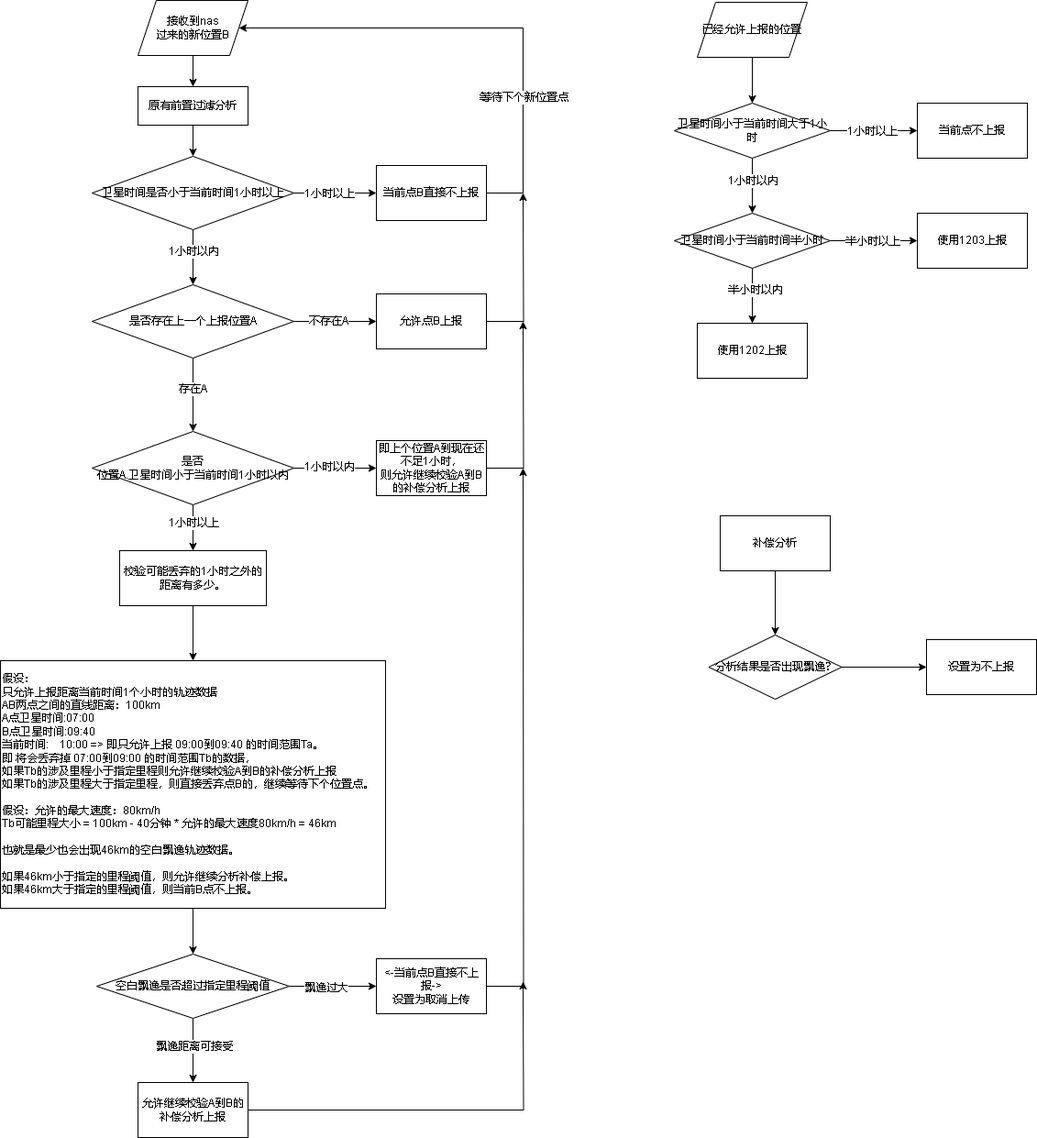
xktder/draw keeps this draw.io diagram as 809轨迹时间异常.drawio.png. Above is the earlier version. Source tidied: cells renumbered, new cells last; positions are measured from the earlier drawing's top-left corner, leaving out a move shared by most shapes.
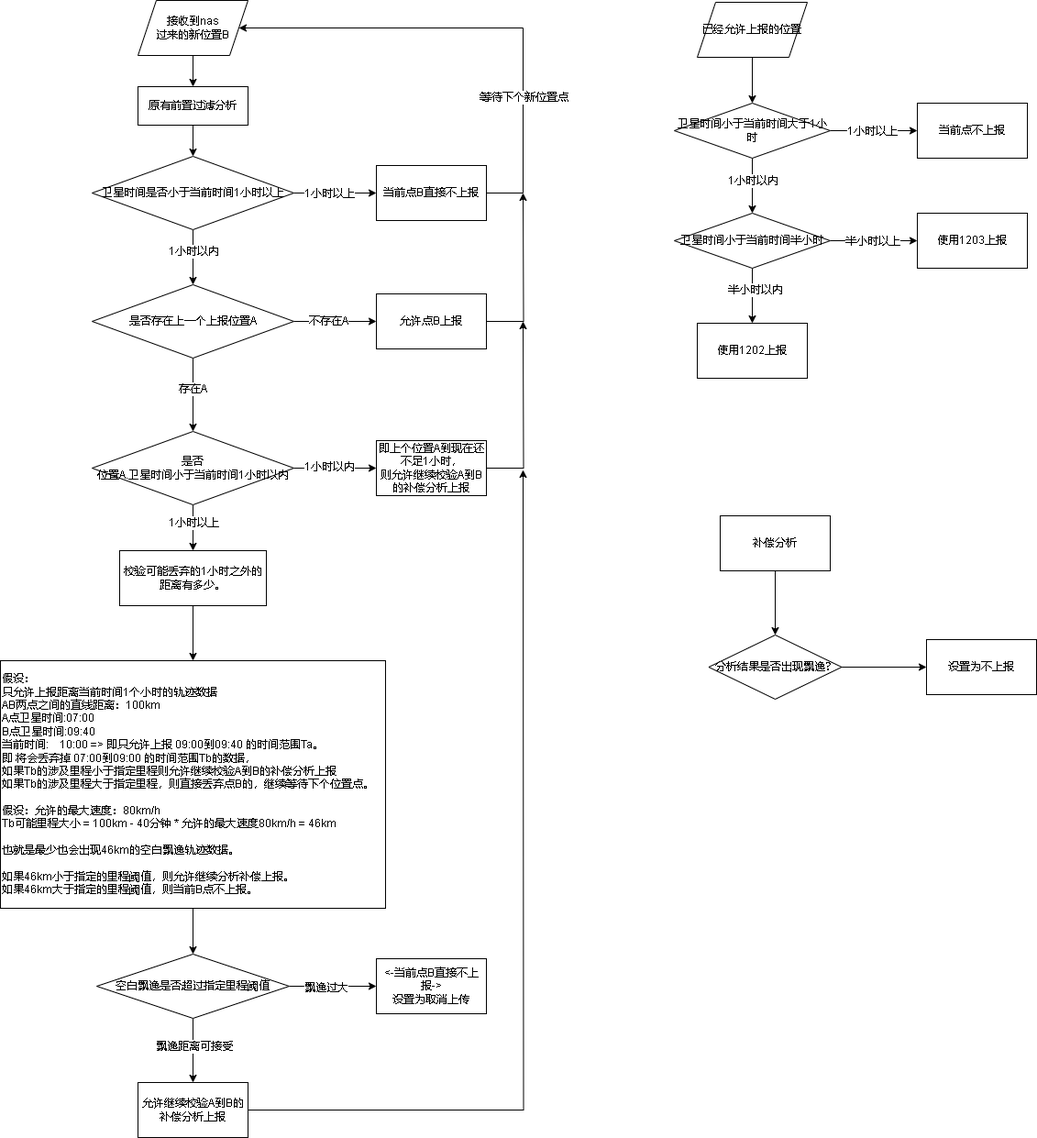
After the commit.

Commit message:
更新809轨迹时间异常.drawio.png

The edit, as a diff of the source:
```diff
@@ -110,17 +110,12 @@
     <mxCell id="34" value="空白飘逸是否超过指定里程阈值" style="rhombus;whiteSpace=wrap;html=1;align=center;rounded=0;" parent="1" vertex="1">
       <mxGeometry x="105" y="1040" width="210" height="70" as="geometry" />
     </mxCell>
-    <mxCell id="35" style="edgeStyle=orthogonalEdgeStyle;rounded=0;jettySize=auto;html=1;" parent="1" edge="1" source="36">
-      <mxGeometry relative="1" as="geometry">
-        <mxPoint x="570" y="510" as="targetPoint" />
-      </mxGeometry>
-    </mxCell>
     <mxCell id="36" value="&amp;lt;-当前点B直接不上报-&amp;gt;&lt;br&gt;设置为取消上传" style="whiteSpace=wrap;html=1;rounded=0;" parent="1" vertex="1">
       <mxGeometry x="410" y="1045" width="120" height="60" as="geometry" />
     </mxCell>
     <mxCell id="37" style="edgeStyle=orthogonalEdgeStyle;rounded=0;jettySize=auto;html=1;" parent="1" edge="1" source="38">
       <mxGeometry relative="1" as="geometry">
-        <mxPoint x="570" y="1070" as="targetPoint" />
+        <mxPoint x="570" y="512" as="targetPoint" />
       </mxGeometry>
     </mxCell>
     <mxCell id="38" value="允许继续校验A到B的补偿分析上报" style="whiteSpace=wrap;html=1;rounded=0;" parent="1" vertex="1">
```
